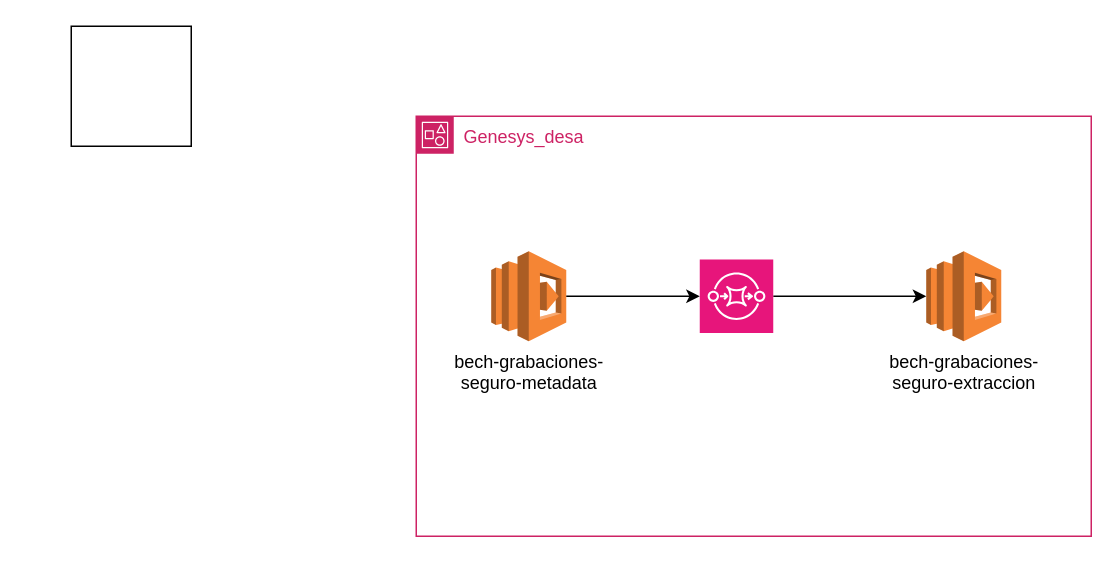
Earlier version of the draw.io diagram Extraccion Grabacion.drawio (nonate/personalProject). Source tidied: cells renumbered, new cells numbered last; positions are measured from the earlier drawing's top-left corner, leaving out a move shared by most shapes. Both pictures are drawn from the tidied source at 150%, with x=0, y=0 at pixel (70, 26).
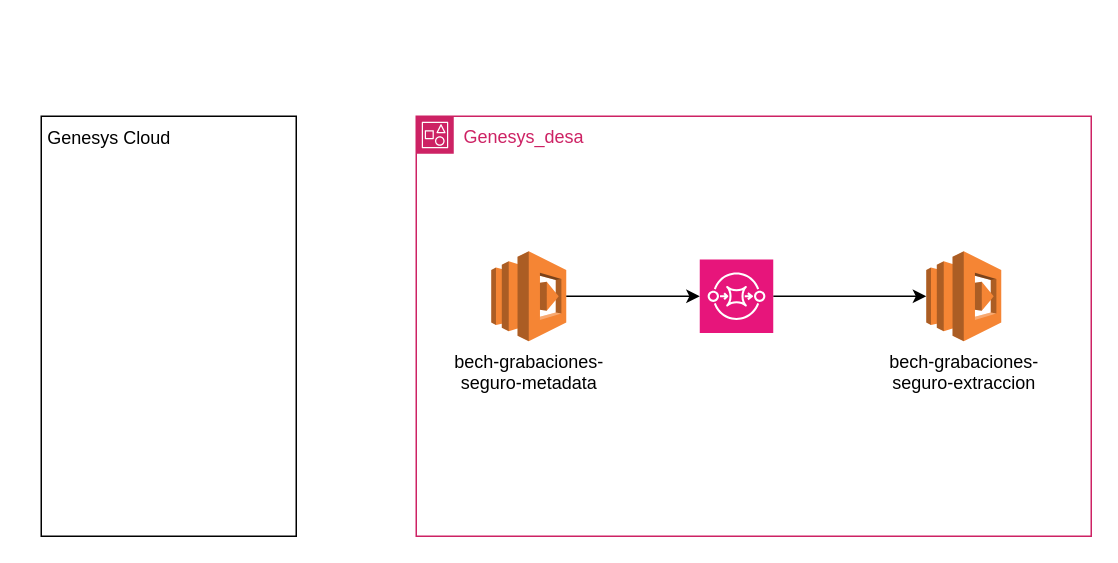
The same diagram, later.

The edit, as a diff of the source:
```diff
@@
 <mxGraphModel>
   <root>
     <mxCell id="0" />
     <mxCell id="1" parent="0" />
     <mxCell id="2" value="bech-grabaciones-&lt;div&gt;seguro-metadata&lt;/div&gt;" style="outlineConnect=0;dashed=0;verticalLabelPosition=bottom;verticalAlign=top;align=center;html=1;shape=mxgraph.aws3.lambda;fillColor=#F58534;gradientColor=none;" parent="1" vertex="1">
       <mxGeometry x="280" y="150" width="50" height="60" as="geometry" />
     </mxCell>
     <mxCell id="3" value="bech-grabaciones-&lt;div&gt;seguro-extraccion&lt;/div&gt;" style="outlineConnect=0;dashed=0;verticalLabelPosition=bottom;verticalAlign=top;align=center;html=1;shape=mxgraph.aws3.lambda;fillColor=#F58534;gradientColor=none;" parent="1" vertex="1">
       <mxGeometry x="570" y="150" width="50" height="60" as="geometry" />
     </mxCell>
     <mxCell id="4" style="edgeStyle=orthogonalEdgeStyle;rounded=0;jettySize=auto;html=1;" parent="1" edge="1" source="5" target="3">
       <mxGeometry relative="1" as="geometry" />
     </mxCell>
     <mxCell id="5" style="sketch=0;points=[[0,0,0],[0.25,0,0],[0.5,0,0],[0.75,0,0],[1,0,0],[0,1,0],[0.25,1,0],[0.5,1,0],[0.75,1,0],[1,1,0],[0,0.25,0],[0,0.5,0],[0,0.75,0],[1,0.25,0],[1,0.5,0],[1,0.75,0]];outlineConnect=0;fontColor=#232F3E;fillColor=#E7157B;strokeColor=#ffffff;dashed=0;verticalLabelPosition=bottom;verticalAlign=top;align=center;html=1;fontSize=12;fontStyle=0;shape=mxgraph.aws4.resourceIcon;resIcon=mxgraph.aws4.sqs;" parent="1" vertex="1">
       <mxGeometry x="419" y="155.5" width="49" height="49" as="geometry" />
     </mxCell>
     <mxCell id="6" style="edgeStyle=orthogonalEdgeStyle;rounded=0;jettySize=auto;html=1;entryX=0;entryY=0.5;entryDx=0;entryDy=0;entryPerimeter=0;" parent="1" edge="1" source="2" target="5">
       <mxGeometry relative="1" as="geometry" />
     </mxCell>
     <mxCell id="7" value="Genesys_desa" style="gradientColor=none;html=1;whiteSpace=wrap;fontSize=12;fontStyle=0;shape=mxgraph.aws4.group;grIcon=mxgraph.aws4.group_account;strokeColor=#CD2264;fillColor=none;verticalAlign=top;align=left;spacingLeft=30;fontColor=#CD2264;dashed=0;" parent="1" vertex="1">
       <mxGeometry x="230" y="60" width="450" height="280" as="geometry" />
     </mxCell>
-    <mxCell id="8" style="whiteSpace=wrap;html=1;" parent="1" vertex="1">
-      <mxGeometry width="80" height="80" as="geometry" />
-    </mxCell>
+    <mxCell id="9" style="group;" parent="1" vertex="1">
+      <mxGeometry x="-30" y="60" width="180" height="280" as="geometry" />
+    </mxCell>
+    <mxCell id="10" style="rounded=0;whiteSpace=wrap;html=1;fillColor=none;" parent="9" vertex="1">
+      <mxGeometry x="10" width="170" height="280" as="geometry" />
+    </mxCell>
+    <mxCell id="11" value="Genesys Cloud" style="text;html=1;align=center;verticalAlign=middle;strokeColor=none;fillColor=none;" parent="9" vertex="1">
+      <mxGeometry width="110" height="30" as="geometry" />
+    </mxCell>
   </root>
 </mxGraphModel>
```
